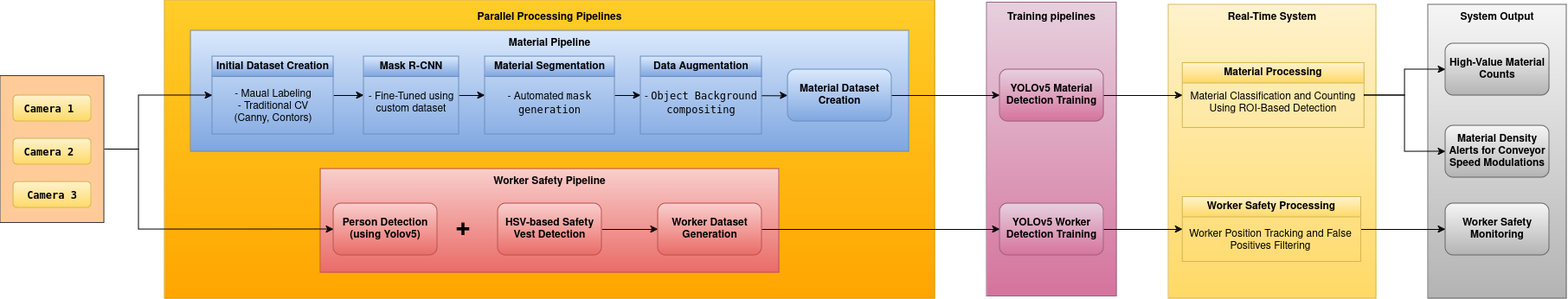
Above: assets/CVannote_sys.drawio.png in Srecharan/CVAnnotate (draw.io), before the change. Source tidied: cells renumbered, new cells last; positions are measured from the earlier drawing's top-left corner, leaving out a move shared by most shapes.
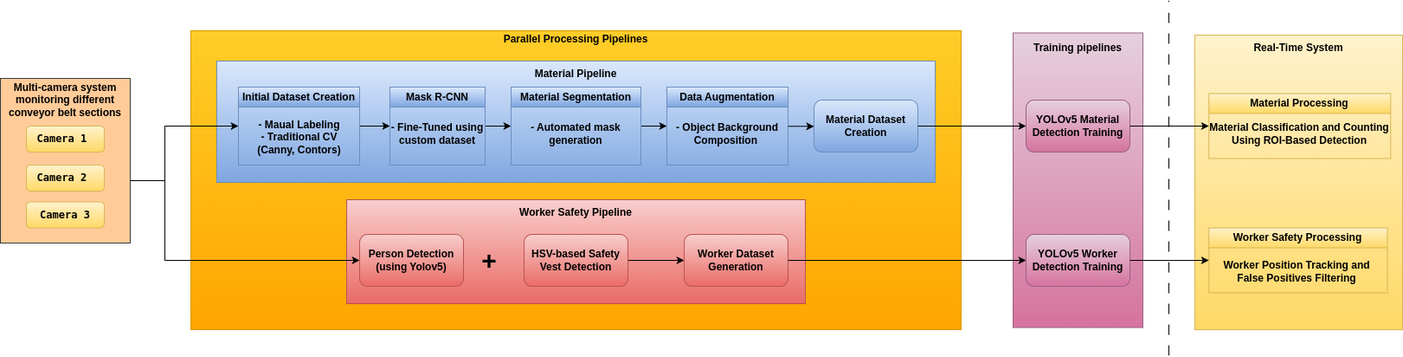
After the change.

Commit message:
Add pipeline diagram

Change to the diagram source:
```diff
@@ -6,7 +6,7 @@
       <mxGeometry x="190" width="890" height="345" as="geometry" />
     </mxCell>
     <mxCell id="3" value="&lt;b&gt;Parallel Processing Pipelines &lt;/b&gt;" style="text;html=1;align=center;verticalAlign=middle;whiteSpace=wrap;rounded=0;" parent="1" vertex="1">
-      <mxGeometry x="540" y="5" width="190" height="30" as="geometry" />
+      <mxGeometry x="540" y="-5" width="190" height="30" as="geometry" />
     </mxCell>
     <mxCell id="4" style="rounded=0;whiteSpace=wrap;html=1;fillColor=#dae8fc;gradientColor=#7ea6e0;strokeColor=#6c8ebf;" parent="1" vertex="1">
       <mxGeometry x="220" y="35" width="830" height="140" as="geometry" />
@@ -20,7 +20,7 @@
     <mxCell id="7" value="Initial Dataset Creation" style="swimlane;whiteSpace=wrap;html=1;fillColor=#dae8fc;gradientColor=#7ea6e0;strokeColor=#6c8ebf;" parent="1" vertex="1">
       <mxGeometry x="245" y="65" width="140" height="90" as="geometry" />
     </mxCell>
-    <mxCell id="8" value="&lt;div&gt;- Maual Labeling&lt;/div&gt;&lt;div&gt;- Traditional CV (Canny, Contors) &lt;br&gt;&lt;/div&gt;" style="text;html=1;align=center;verticalAlign=middle;whiteSpace=wrap;rounded=0;" parent="7" vertex="1">
+    <mxCell id="8" value="&lt;div&gt;&lt;b&gt;- Maual Labeling&lt;/b&gt;&lt;/div&gt;&lt;div&gt;&lt;b&gt;- Traditional CV (Canny, Contors) &lt;/b&gt;&lt;br&gt;&lt;/div&gt;" style="text;html=1;align=center;verticalAlign=middle;whiteSpace=wrap;rounded=0;" parent="7" vertex="1">
       <mxGeometry x="19.8" y="43.5" width="100.5" height="28" as="geometry" />
     </mxCell>
     <mxCell id="9" style="edgeStyle=orthogonalEdgeStyle;rounded=0;jettySize=auto;html=1;exitX=1;exitY=0.5;exitDx=0;exitDy=0;entryX=0;entryY=0.5;entryDx=0;entryDy=0;" parent="1" edge="1" source="10" target="13">
@@ -29,7 +29,7 @@
     <mxCell id="10" value="Mask R-CNN" style="swimlane;whiteSpace=wrap;html=1;fillColor=#dae8fc;gradientColor=#7ea6e0;strokeColor=#6c8ebf;" parent="1" vertex="1">
       <mxGeometry x="420" y="65" width="110" height="90" as="geometry" />
     </mxCell>
-    <mxCell id="11" value="- Fine-Tuned using custom dataset" style="text;html=1;align=center;verticalAlign=middle;whiteSpace=wrap;rounded=0;" parent="10" vertex="1">
+    <mxCell id="11" value="&lt;b&gt;- Fine-Tuned using custom dataset&lt;/b&gt;" style="text;html=1;align=center;verticalAlign=middle;whiteSpace=wrap;rounded=0;" parent="10" vertex="1">
       <mxGeometry y="36.5" width="110" height="35" as="geometry" />
     </mxCell>
     <mxCell id="12" style="edgeStyle=orthogonalEdgeStyle;rounded=0;jettySize=auto;html=1;exitX=1;exitY=0.5;exitDx=0;exitDy=0;entryX=0;entryY=0.25;entryDx=0;entryDy=0;" parent="1" edge="1" source="13" target="16">
@@ -38,13 +38,13 @@
     <mxCell id="13" value="Material Segmentation" style="swimlane;whiteSpace=wrap;html=1;fillColor=#dae8fc;gradientColor=#7ea6e0;strokeColor=#6c8ebf;" parent="1" vertex="1">
       <mxGeometry x="560" y="65" width="150" height="90" as="geometry" />
     </mxCell>
-    <mxCell id="14" value="&lt;div&gt;- Automated &lt;code&gt;mask generation&lt;/code&gt;&lt;br&gt;&lt;/div&gt;" style="text;html=1;align=center;verticalAlign=middle;whiteSpace=wrap;rounded=0;" parent="13" vertex="1">
+    <mxCell id="14" value="&lt;div&gt;&lt;b&gt;- Automated mask generation&lt;/b&gt;&lt;/div&gt;" style="text;html=1;align=center;verticalAlign=middle;whiteSpace=wrap;rounded=0;" parent="13" vertex="1">
       <mxGeometry x="10" y="36.5" width="130" height="35" as="geometry" />
     </mxCell>
     <mxCell id="15" value="Data Augmentation" style="swimlane;whiteSpace=wrap;html=1;fillColor=#dae8fc;gradientColor=#7ea6e0;strokeColor=#6c8ebf;" parent="1" vertex="1">
       <mxGeometry x="740" y="65" width="140" height="90" as="geometry" />
     </mxCell>
-    <mxCell id="16" value="&lt;div&gt;- &lt;code&gt;Object Background compositing&lt;/code&gt;&lt;br&gt;&lt;/div&gt;" style="text;html=1;align=center;verticalAlign=middle;whiteSpace=wrap;rounded=0;" parent="15" vertex="1">
+    <mxCell id="16" value="&lt;div&gt;&lt;b&gt;- Object Background Composition&amp;nbsp;&lt;/b&gt;&lt;/div&gt;" style="text;html=1;align=center;verticalAlign=middle;whiteSpace=wrap;rounded=0;" parent="15" vertex="1">
       <mxGeometry y="36.5" width="140" height="35" as="geometry" />
     </mxCell>
     <mxCell id="17" style="rounded=0;whiteSpace=wrap;html=1;fillColor=#f8cecc;gradientColor=#ea6b66;strokeColor=#b85450;" parent="1" vertex="1">
@@ -89,13 +89,13 @@
     <mxCell id="30" value="Material Processing" style="swimlane;whiteSpace=wrap;html=1;fillColor=#fff2cc;gradientColor=#ffd966;strokeColor=#d6b656;" parent="1" vertex="1">
       <mxGeometry x="1366.2" y="72.5" width="210" height="75" as="geometry" />
     </mxCell>
-    <mxCell id="31" value="Material Classification and Counting Using ROI-Based Detection" style="text;html=1;align=center;verticalAlign=middle;whiteSpace=wrap;rounded=0;" parent="30" vertex="1">
+    <mxCell id="31" value="&lt;b&gt;Material Classification and Counting Using ROI-Based Detection&lt;/b&gt;" style="text;html=1;align=center;verticalAlign=middle;whiteSpace=wrap;rounded=0;" parent="30" vertex="1">
       <mxGeometry x="-3.1" y="26.5" width="216.2" height="40" as="geometry" />
     </mxCell>
     <mxCell id="32" value="Worker Safety Processing" style="swimlane;whiteSpace=wrap;html=1;fillColor=#fff2cc;gradientColor=#ffd966;strokeColor=#d6b656;" parent="1" vertex="1">
       <mxGeometry x="1366.2" y="227.5" width="206.2" height="75" as="geometry" />
     </mxCell>
-    <mxCell id="33" value="Worker Position Tracking and False Positives Filtering" style="text;html=1;align=center;verticalAlign=middle;whiteSpace=wrap;rounded=0;" parent="32" vertex="1">
+    <mxCell id="33" value="&lt;b&gt;Worker Position Tracking and False Positives Filtering&lt;/b&gt;" style="text;html=1;align=center;verticalAlign=middle;whiteSpace=wrap;rounded=0;" parent="32" vertex="1">
       <mxGeometry x="2.5" y="30" width="197.5" height="40" as="geometry" />
     </mxCell>
     <mxCell id="34" style="edgeStyle=orthogonalEdgeStyle;rounded=0;jettySize=auto;html=1;exitX=1;exitY=0.5;exitDx=0;exitDy=0;entryX=0;entryY=0.5;entryDx=0;entryDy=0;" parent="1" edge="1" source="36" target="20">
@@ -115,32 +115,17 @@
       </mxGeometry>
     </mxCell>
     <mxCell id="36" style="rounded=0;whiteSpace=wrap;html=1;fillColor=#ffcc99;strokeColor=#36393d;" parent="1" vertex="1">
-      <mxGeometry y="87.5" width="120" height="170" as="geometry" />
+      <mxGeometry x="-30" y="55" width="150" height="190" as="geometry" />
     </mxCell>
     <mxCell id="37" value="&lt;b&gt;&lt;span class=&quot;router-outlet-wrapper ng-tns-c1267595333-0&quot;&gt;&lt;pre&gt;&lt;code&gt;Camera &lt;span class=&quot;hljs-number&quot;&gt;1&lt;/span&gt; &lt;/code&gt;&lt;/pre&gt;&lt;/span&gt;&lt;/b&gt;" style="rounded=1;whiteSpace=wrap;html=1;fillColor=#fff2cc;gradientColor=#ffd966;strokeColor=#d6b656;" parent="1" vertex="1">
-      <mxGeometry x="15" y="110" width="90" height="30" as="geometry" />
+      <mxGeometry y="110" width="90" height="30" as="geometry" />
     </mxCell>
     <mxCell id="38" value="&lt;span class=&quot;router-outlet-wrapper ng-tns-c1267595333-0&quot;&gt;&lt;pre&gt;&lt;b&gt;&lt;code&gt;Camera 2 &lt;/code&gt;&lt;/b&gt;&lt;/pre&gt;&lt;/span&gt;" style="rounded=1;whiteSpace=wrap;html=1;fillColor=#fff2cc;gradientColor=#ffd966;strokeColor=#d6b656;" parent="1" vertex="1">
-      <mxGeometry x="15" y="160" width="90" height="30" as="geometry" />
+      <mxGeometry y="155" width="90" height="30" as="geometry" />
     </mxCell>
     <mxCell id="39" value="&lt;b&gt;&lt;span class=&quot;router-outlet-wrapper ng-tns-c1267595333-0&quot;&gt;&lt;pre&gt;&lt;code&gt;Camera 3&lt;/code&gt;&lt;/pre&gt;&lt;/span&gt;&lt;/b&gt;" style="rounded=1;whiteSpace=wrap;html=1;fillColor=#fff2cc;gradientColor=#ffd966;strokeColor=#d6b656;" parent="1" vertex="1">
-      <mxGeometry x="15" y="210" width="90" height="30" as="geometry" />
+      <mxGeometry y="197.5" width="90" height="30" as="geometry" />
     </mxCell>
-    <mxCell id="40" style="rounded=0;whiteSpace=wrap;html=1;fillColor=#f5f5f5;strokeColor=#666666;gradientColor=#b3b3b3;" parent="1" vertex="1">
-      <mxGeometry x="1650" y="5" width="160" height="340" as="geometry" />
-    </mxCell>
-    <mxCell id="41" value="&lt;b&gt;System Output&lt;/b&gt;" style="text;html=1;align=center;verticalAlign=middle;whiteSpace=wrap;rounded=0;" parent="1" vertex="1">
-      <mxGeometry x="1685" y="5" width="90" height="30" as="geometry" />
-    </mxCell>
-    <mxCell id="42" value="&lt;b&gt;High-Value Material Counts&lt;/b&gt;" style="rounded=1;whiteSpace=wrap;html=1;fillColor=#f5f5f5;strokeColor=#666666;gradientColor=#b3b3b3;" parent="1" vertex="1">
-      <mxGeometry x="1670" y="50" width="120" height="60" as="geometry" />
-    </mxCell>
-    <mxCell id="43" value="&lt;b&gt;Material Density Alerts for Conveyor Speed Modulations &lt;/b&gt;" style="rounded=1;whiteSpace=wrap;html=1;fillColor=#f5f5f5;gradientColor=#b3b3b3;strokeColor=#666666;" parent="1" vertex="1">
-      <mxGeometry x="1670" y="145" width="120" height="60" as="geometry" />
-    </mxCell>
-    <mxCell id="44" value="&lt;b&gt;Worker Safety Monitoring&lt;/b&gt;" style="rounded=1;whiteSpace=wrap;html=1;fillColor=#f5f5f5;gradientColor=#b3b3b3;strokeColor=#666666;" parent="1" vertex="1">
-      <mxGeometry x="1670" y="235" width="120" height="60" as="geometry" />
-    </mxCell>
     <mxCell id="45" style="edgeStyle=orthogonalEdgeStyle;rounded=0;jettySize=auto;html=1;exitX=1;exitY=0.25;exitDx=0;exitDy=0;entryX=0;entryY=0.5;entryDx=0;entryDy=0;" parent="1" edge="1" source="16" target="24">
       <mxGeometry relative="1" as="geometry" />
     </mxCell>
@@ -153,20 +138,20 @@
     <mxCell id="48" style="edgeStyle=orthogonalEdgeStyle;rounded=0;jettySize=auto;html=1;exitX=1;exitY=0.5;exitDx=0;exitDy=0;entryX=0;entryY=0.5;entryDx=0;entryDy=0;" parent="1" edge="1" source="27" target="32">
       <mxGeometry relative="1" as="geometry" />
     </mxCell>
-    <mxCell id="49" style="edgeStyle=orthogonalEdgeStyle;rounded=0;jettySize=auto;html=1;exitX=1;exitY=0.5;exitDx=0;exitDy=0;entryX=0;entryY=0.5;entryDx=0;entryDy=0;" parent="1" edge="1" source="30" target="42">
-      <mxGeometry relative="1" as="geometry" />
-    </mxCell>
-    <mxCell id="50" style="edgeStyle=orthogonalEdgeStyle;rounded=0;jettySize=auto;html=1;exitX=1;exitY=0.5;exitDx=0;exitDy=0;entryX=0;entryY=0.5;entryDx=0;entryDy=0;" parent="1" edge="1" source="30" target="43">
-      <mxGeometry relative="1" as="geometry" />
-    </mxCell>
     <mxCell id="51" style="edgeStyle=orthogonalEdgeStyle;rounded=0;jettySize=auto;html=1;exitX=1;exitY=0.5;exitDx=0;exitDy=0;entryX=0;entryY=0.5;entryDx=0;entryDy=0;" parent="1" edge="1" source="26" target="30">
       <mxGeometry relative="1" as="geometry" />
     </mxCell>
-    <mxCell id="52" style="edgeStyle=orthogonalEdgeStyle;rounded=0;jettySize=auto;html=1;exitX=1;exitY=0.5;exitDx=0;exitDy=0;" parent="1" edge="1" source="32" target="44">
-      <mxGeometry relative="1" as="geometry" />
-    </mxCell>
     <mxCell id="53" value="&lt;b&gt;Training pipelines&lt;br&gt;&lt;/b&gt;" style="text;html=1;align=center;verticalAlign=middle;whiteSpace=wrap;rounded=0;" parent="1" vertex="1">
       <mxGeometry x="1160" y="5" width="110" height="30" as="geometry" />
     </mxCell>
+    <mxCell id="54" value="&lt;b&gt;Multi-camera system monitoring different conveyor belt sections&lt;/b&gt;" style="text;html=1;align=center;verticalAlign=middle;whiteSpace=wrap;rounded=0;" parent="1" vertex="1">
+      <mxGeometry x="-30" y="65" width="150" height="30" as="geometry" />
+    </mxCell>
+    <mxCell id="55" style="endArrow=none;html=1;rounded=0;dashed=1;dashPattern=12 12;" parent="1" edge="1">
+      <mxGeometry relative="1" as="geometry">
+        <mxPoint x="1320" y="375" as="sourcePoint" />
+        <mxPoint x="1320" y="-35" as="targetPoint" />
+      </mxGeometry>
+    </mxCell>
   </root>
 </mxGraphModel>
```
